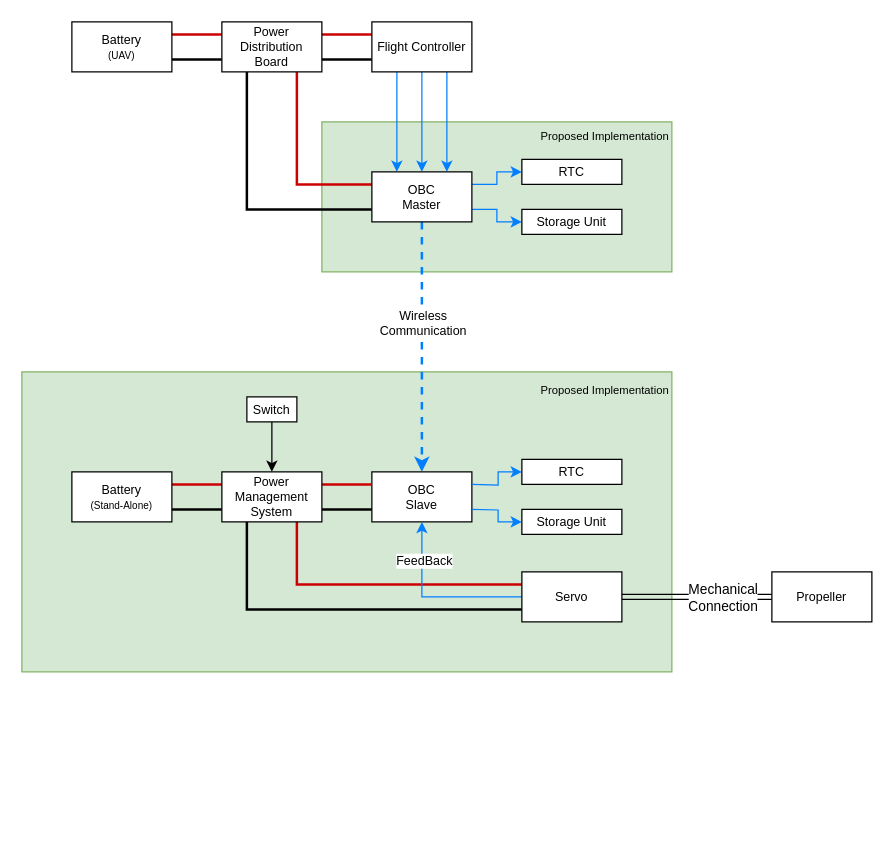
This is MESCC/2nd_year/2nd_semester/system_diagram.drawio from carlosrijo9/ISEP, a draw.io file, before an edit. Source tidied: cells renumbered, new cells numbered last; positions are measured from the earlier drawing's top-left corner, leaving out a move shared by most shapes. Both pictures are drawn from the tidied source at 125%, with x=0, y=0 at pixel (21, 21).
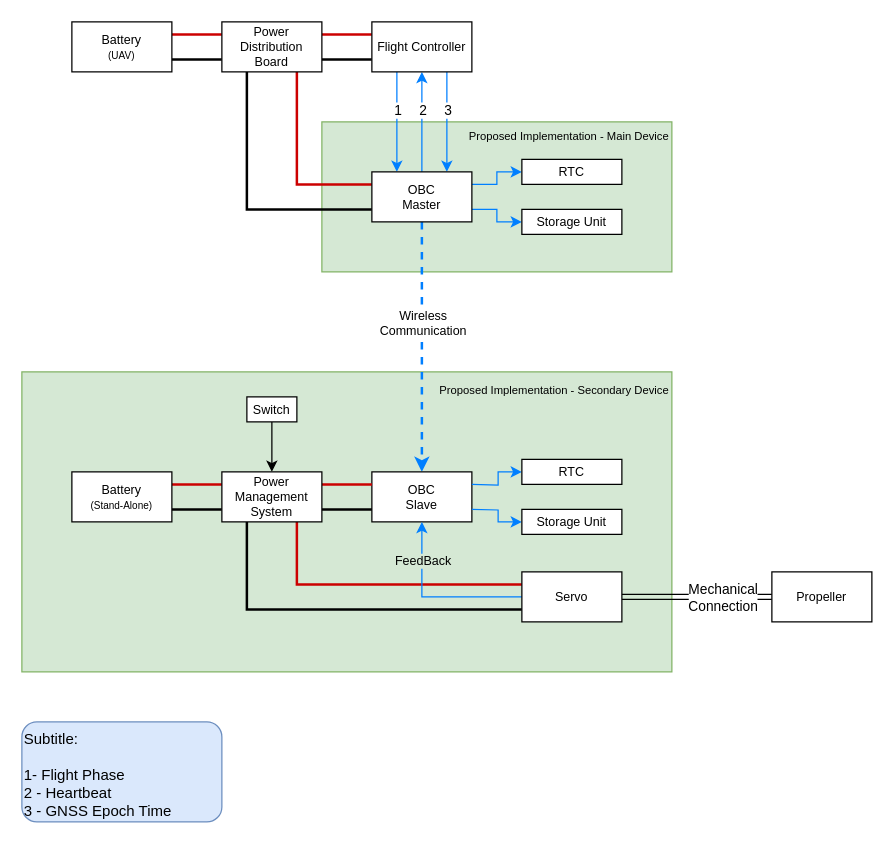
The same page after the edit.

The change refers to these unchanged cells:
```xml
<mxCell id="12" style="edgeStyle=orthogonalEdgeStyle;rounded=0;jettySize=auto;html=1;exitX=0.25;exitY=1;exitDx=0;exitDy=0;entryX=0.25;entryY=0;entryDx=0;entryDy=0;strokeColor=#007FFF;fontSize=10;" parent="1" edge="1" source="15" target="20">
  <mxGeometry relative="1" as="geometry" />
</mxCell>
<mxCell id="14" style="edgeStyle=orthogonalEdgeStyle;rounded=0;jettySize=auto;html=1;exitX=0.75;exitY=1;exitDx=0;exitDy=0;entryX=0.75;entryY=0;entryDx=0;entryDy=0;strokeColor=#007FFF;fontSize=10;" parent="1" edge="1" source="15" target="20">
  <mxGeometry relative="1" as="geometry" />
</mxCell>
<mxCell id="15" value="Flight Controller" style="rounded=0;whiteSpace=wrap;html=1;fontSize=10;" parent="1" vertex="1">
  <mxGeometry x="280" width="80" height="40" as="geometry" />
</mxCell>
<mxCell id="20" value="OBC&lt;br style=&quot;font-size: 10px;&quot;&gt;Master" style="rounded=0;whiteSpace=wrap;html=1;fontSize=10;" parent="1" vertex="1">
  <mxGeometry x="280" y="120" width="80" height="40" as="geometry" />
</mxCell>
<mxCell id="36" style="edgeStyle=orthogonalEdgeStyle;rounded=0;jettySize=auto;html=1;exitX=0;exitY=0.5;exitDx=0;exitDy=0;entryX=0.5;entryY=1;entryDx=0;entryDy=0;strokeColor=#007FFF;fontSize=10;" parent="1" edge="1" source="40" target="23">
  <mxGeometry relative="1" as="geometry" />
</mxCell>
```

Change to the diagram source:
```diff
@@
-    <mxCell id="2" value="&lt;span style=&quot;color: rgb(0, 0, 0); font-family: Helvetica; font-size: 9px; font-style: normal; font-variant-ligatures: normal; font-variant-caps: normal; font-weight: 400; letter-spacing: normal; orphans: 2; text-indent: 0px; text-transform: none; widows: 2; word-spacing: 0px; -webkit-text-stroke-width: 0px; text-decoration-thickness: initial; text-decoration-style: initial; text-decoration-color: initial; float: none; display: inline !important;&quot;&gt;Proposed Implementation&lt;/span&gt;" style="rounded=0;whiteSpace=wrap;html=1;fillColor=#d5e8d4;strokeColor=#82b366;verticalAlign=top;align=right;labelBackgroundColor=none;" parent="1" vertex="1">
+    <mxCell id="2" value="&lt;span style=&quot;color: rgb(0, 0, 0); font-family: Helvetica; font-size: 9px; font-style: normal; font-variant-ligatures: normal; font-variant-caps: normal; font-weight: 400; letter-spacing: normal; orphans: 2; text-indent: 0px; text-transform: none; widows: 2; word-spacing: 0px; -webkit-text-stroke-width: 0px; text-decoration-thickness: initial; text-decoration-style: initial; text-decoration-color: initial; float: none; display: inline !important;&quot;&gt;Proposed Implementation - Secondary Device&lt;br&gt;&lt;/span&gt;" style="rounded=0;whiteSpace=wrap;html=1;fillColor=#d5e8d4;strokeColor=#82b366;verticalAlign=top;align=right;labelBackgroundColor=none;" parent="1" vertex="1">
       <mxGeometry y="280" width="520" height="240" as="geometry" />
     </mxCell>
-    <mxCell id="3" value="Proposed Implementation" style="rounded=0;whiteSpace=wrap;html=1;fillColor=#d5e8d4;strokeColor=#82b366;verticalAlign=top;align=right;fontSize=9;fontStyle=0;" parent="1" vertex="1">
+    <mxCell id="3" value="Proposed Implementation - Main Device" style="rounded=0;whiteSpace=wrap;html=1;fillColor=#d5e8d4;strokeColor=#82b366;verticalAlign=top;align=right;fontSize=9;fontStyle=0;" parent="1" vertex="1">
       <mxGeometry x="240" y="80" width="280" height="120" as="geometry" />
     </mxCell>
@@
+    <mxCell id="44" value="1" style="edgeLabel;html=1;align=center;verticalAlign=middle;" parent="12" vertex="1">
+      <mxGeometry x="-0.12" y="2" relative="1" as="geometry">
+        <mxPoint x="-2" y="-5" as="offset" />
+      </mxGeometry>
+    </mxCell>
-    <mxCell id="13" style="edgeStyle=orthogonalEdgeStyle;rounded=0;jettySize=auto;html=1;exitX=0.5;exitY=1;exitDx=0;exitDy=0;entryX=0.5;entryY=0;entryDx=0;entryDy=0;strokeColor=#007FFF;fontSize=10;" parent="1" edge="1" source="15" target="20">
+    <mxCell id="13" style="edgeStyle=orthogonalEdgeStyle;rounded=0;jettySize=auto;html=1;exitX=0.5;exitY=1;exitDx=0;exitDy=0;entryX=0.5;entryY=0;entryDx=0;entryDy=0;strokeColor=#007FFF;fontSize=10;startArrow=classic;startFill=1;endArrow=none;endFill=0;" parent="1" edge="1" source="15" target="20">
       <mxGeometry relative="1" as="geometry" />
     </mxCell>
+    <mxCell id="45" value="2" style="edgeLabel;html=1;align=center;verticalAlign=middle;" parent="13" vertex="1">
+      <mxGeometry x="-0.23" y="2" relative="1" as="geometry">
+        <mxPoint x="-2" y="-1" as="offset" />
+      </mxGeometry>
+    </mxCell>
@@
+    <mxCell id="46" value="3" style="edgeLabel;html=1;align=center;verticalAlign=middle;" parent="14" vertex="1">
+      <mxGeometry x="0.07" y="3" relative="1" as="geometry">
+        <mxPoint x="-3" y="-13" as="offset" />
+      </mxGeometry>
+    </mxCell>
@@
-    <mxCell id="37" value="FeedBack" style="edgeLabel;html=1;align=center;verticalAlign=middle;fontSize=10;" parent="36" vertex="1">
-      <mxGeometry x="0.57" y="-1" relative="1" as="geometry" />
+    <mxCell id="37" value="&lt;span style=&quot;&quot;&gt;FeedBack&lt;/span&gt;" style="edgeLabel;html=1;align=center;verticalAlign=middle;fontSize=10;labelBackgroundColor=#D5E8D4;" parent="36" vertex="1">
+      <mxGeometry x="0.57" y="-1" relative="1" as="geometry">
+        <mxPoint x="-1" as="offset" />
+      </mxGeometry>
     </mxCell>
@@
+    <mxCell id="47" value="&lt;div&gt;Subtitle:&lt;/div&gt;&lt;div&gt;&lt;br&gt;&lt;/div&gt;&lt;div&gt;1- Flight Phase&lt;/div&gt;&lt;div&gt;2 - Heartbeat&lt;br&gt;&lt;/div&gt;&lt;div&gt;3 - GNSS Epoch Time&lt;br&gt;&lt;/div&gt;" style="text;html=1;strokeColor=#6c8ebf;fillColor=#dae8fc;align=left;verticalAlign=top;whiteSpace=wrap;rounded=1;" parent="1" vertex="1">
+      <mxGeometry y="560" width="160" height="80" as="geometry" />
+    </mxCell>
```
